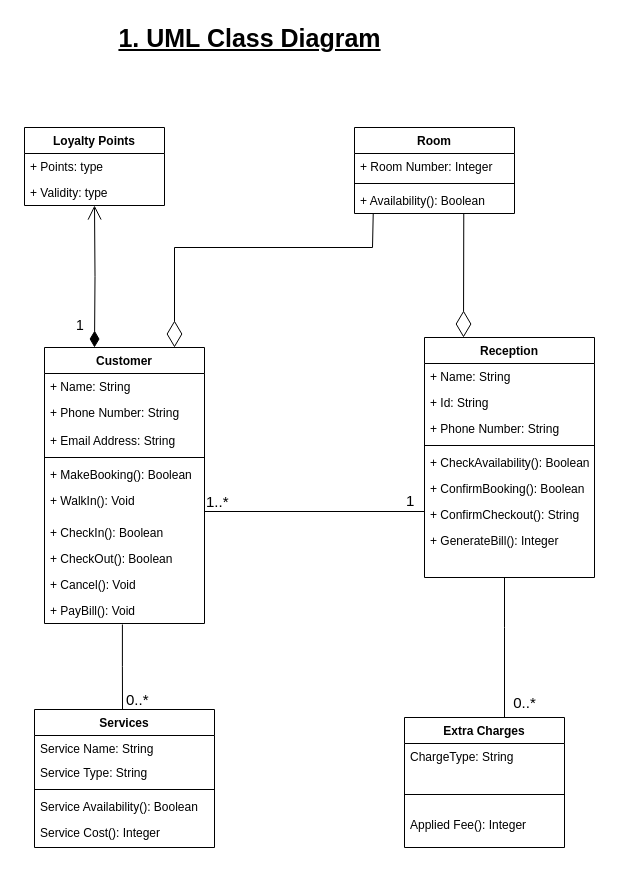
Before: page "Page-1" (1 of 3) of Class Diagram.drawio in SrikanthBonkuri/UML, a draw.io diagram. Source tidied: cells renumbered, new cells numbered last; positions are measured from the earlier drawing's top-left corner, leaving out a move shared by most shapes. Both pictures are drawn from the tidied source at 100%, with x=0, y=0 at pixel (24, 17).
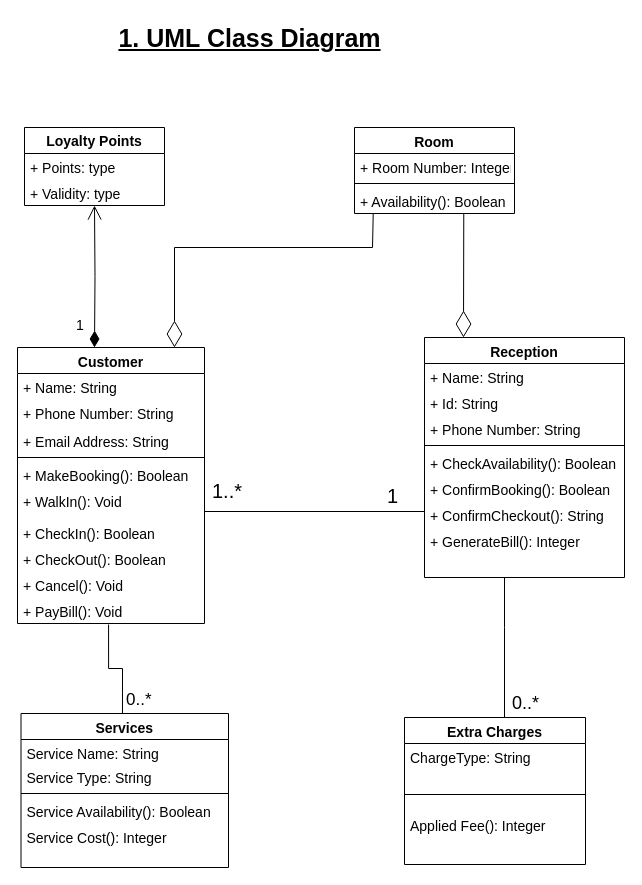
The same diagram, later.

Change to the diagram source:
```diff
@@
-    <mxCell id="2" value="Customer" style="swimlane;fontStyle=1;align=center;verticalAlign=top;horizontal=1;startSize=26;rounded=0;shadow=0;strokeWidth=1;" parent="1" vertex="1">
-      <mxGeometry x="20" y="330" width="160" height="276" as="geometry" />
+    <mxCell id="2" value="Customer" style="swimlane;fontStyle=1;align=center;verticalAlign=top;horizontal=1;startSize=26;rounded=0;shadow=0;strokeWidth=1;fontSize=14;" parent="1" vertex="1">
+      <mxGeometry x="-7" y="330" width="187" height="276" as="geometry" />
     </mxCell>
-    <mxCell id="3" value="+ Name: String" style="text;align=left;verticalAlign=top;spacingLeft=4;spacingRight=4;overflow=hidden;" parent="2" vertex="1">
-      <mxGeometry y="26" width="160" height="26" as="geometry" />
+    <mxCell id="3" value="+ Name: String" style="text;align=left;verticalAlign=top;spacingLeft=4;spacingRight=4;overflow=hidden;fontSize=14;" parent="2" vertex="1">
+      <mxGeometry y="26" width="187" height="26" as="geometry" />
     </mxCell>
-    <mxCell id="4" value="+ Phone Number: String" style="text;align=left;verticalAlign=top;spacingLeft=4;spacingRight=4;overflow=hidden;rounded=0;shadow=0;html=0;" parent="2" vertex="1">
-      <mxGeometry y="52" width="160" height="28" as="geometry" />
+    <mxCell id="4" value="+ Phone Number: String" style="text;align=left;verticalAlign=top;spacingLeft=4;spacingRight=4;overflow=hidden;rounded=0;shadow=0;html=0;fontSize=14;" parent="2" vertex="1">
+      <mxGeometry y="52" width="187" height="28" as="geometry" />
     </mxCell>
-    <mxCell id="5" value="+ Email Address: String" style="text;align=left;verticalAlign=top;spacingLeft=4;spacingRight=4;overflow=hidden;rounded=0;shadow=0;html=0;" parent="2" vertex="1">
-      <mxGeometry y="80" width="160" height="26" as="geometry" />
+    <mxCell id="5" value="+ Email Address: String" style="text;align=left;verticalAlign=top;spacingLeft=4;spacingRight=4;overflow=hidden;rounded=0;shadow=0;html=0;fontSize=14;" parent="2" vertex="1">
+      <mxGeometry y="80" width="187" height="26" as="geometry" />
     </mxCell>
-    <mxCell id="6" style="line;html=1;strokeWidth=1;align=left;verticalAlign=middle;spacingTop=-1;spacingLeft=3;spacingRight=3;labelPosition=right;" parent="2" vertex="1">
-      <mxGeometry y="106" width="160" height="8" as="geometry" />
+    <mxCell id="6" style="line;html=1;strokeWidth=1;align=left;verticalAlign=middle;spacingTop=-1;spacingLeft=3;spacingRight=3;labelPosition=right;fontSize=14;" parent="2" vertex="1">
+      <mxGeometry y="106" width="187" height="8" as="geometry" />
     </mxCell>
-    <mxCell id="7" value="+ MakeBooking(): Boolean" style="text;align=left;verticalAlign=top;spacingLeft=4;spacingRight=4;overflow=hidden;" parent="2" vertex="1">
-      <mxGeometry y="114" width="160" height="26" as="geometry" />
+    <mxCell id="7" value="+ MakeBooking(): Boolean" style="text;align=left;verticalAlign=top;spacingLeft=4;spacingRight=4;overflow=hidden;fontSize=14;" parent="2" vertex="1">
+      <mxGeometry y="114" width="187" height="26" as="geometry" />
     </mxCell>
-    <mxCell id="8" value="+ WalkIn(): Void" style="text;align=left;verticalAlign=top;spacingLeft=4;spacingRight=4;overflow=hidden;" parent="2" vertex="1">
-      <mxGeometry y="140" width="160" height="32" as="geometry" />
+    <mxCell id="8" value="+ WalkIn(): Void" style="text;align=left;verticalAlign=top;spacingLeft=4;spacingRight=4;overflow=hidden;fontSize=14;" parent="2" vertex="1">
+      <mxGeometry y="140" width="187" height="32" as="geometry" />
     </mxCell>
-    <mxCell id="9" value="+ CheckIn(): Boolean" style="text;align=left;verticalAlign=top;spacingLeft=4;spacingRight=4;overflow=hidden;" parent="2" vertex="1">
-      <mxGeometry y="172" width="160" height="26" as="geometry" />
+    <mxCell id="9" value="+ CheckIn(): Boolean" style="text;align=left;verticalAlign=top;spacingLeft=4;spacingRight=4;overflow=hidden;fontSize=14;" parent="2" vertex="1">
+      <mxGeometry y="172" width="187" height="26" as="geometry" />
     </mxCell>
-    <mxCell id="10" value="+ CheckOut(): Boolean" style="text;align=left;verticalAlign=top;spacingLeft=4;spacingRight=4;overflow=hidden;" parent="2" vertex="1">
-      <mxGeometry y="198" width="160" height="26" as="geometry" />
+    <mxCell id="10" value="+ CheckOut(): Boolean" style="text;align=left;verticalAlign=top;spacingLeft=4;spacingRight=4;overflow=hidden;fontSize=14;" parent="2" vertex="1">
+      <mxGeometry y="198" width="187" height="26" as="geometry" />
     </mxCell>
-    <mxCell id="11" value="+ Cancel(): Void" style="text;align=left;verticalAlign=top;spacingLeft=4;spacingRight=4;overflow=hidden;" parent="2" vertex="1">
-      <mxGeometry y="224" width="160" height="26" as="geometry" />
+    <mxCell id="11" value="+ Cancel(): Void" style="text;align=left;verticalAlign=top;spacingLeft=4;spacingRight=4;overflow=hidden;fontSize=14;" parent="2" vertex="1">
+      <mxGeometry y="224" width="187" height="26" as="geometry" />
     </mxCell>
-    <mxCell id="12" value="+ PayBill(): Void" style="text;align=left;verticalAlign=top;spacingLeft=4;spacingRight=4;overflow=hidden;points=[[0,0.5],[1,0.5]];portConstraint=eastwest;" parent="2" vertex="1">
-      <mxGeometry y="250" width="160" height="26" as="geometry" />
+    <mxCell id="12" value="+ PayBill(): Void" style="text;align=left;verticalAlign=top;spacingLeft=4;spacingRight=4;overflow=hidden;points=[[0,0.5],[1,0.5]];portConstraint=eastwest;fontSize=14;" parent="2" vertex="1">
+      <mxGeometry y="250" width="187" height="26" as="geometry" />
     </mxCell>
-    <mxCell id="13" value="Services" style="swimlane;fontStyle=1;align=center;verticalAlign=top;horizontal=1;startSize=26;rounded=0;shadow=0;strokeWidth=1;" parent="1" vertex="1">
-      <mxGeometry x="10" y="692" width="180" height="138" as="geometry" />
+    <mxCell id="13" value="Services" style="swimlane;fontStyle=1;align=center;verticalAlign=top;horizontal=1;startSize=26;rounded=0;shadow=0;strokeWidth=1;fontSize=14;" parent="1" vertex="1">
+      <mxGeometry x="-3.5" y="696" width="207.5" height="154" as="geometry" />
     </mxCell>
-    <mxCell id="14" value="Service Name: String" style="text;align=left;verticalAlign=top;spacingLeft=4;spacingRight=4;overflow=hidden;" parent="13" vertex="1">
-      <mxGeometry y="26" width="180" height="24" as="geometry" />
+    <mxCell id="14" value="Service Name: String" style="text;align=left;verticalAlign=top;spacingLeft=4;spacingRight=4;overflow=hidden;fontSize=14;" parent="13" vertex="1">
+      <mxGeometry y="26" width="207.5" height="24" as="geometry" />
     </mxCell>
-    <mxCell id="15" value="Service Type: String" style="text;align=left;verticalAlign=top;spacingLeft=4;spacingRight=4;overflow=hidden;rounded=0;shadow=0;html=0;" parent="13" vertex="1">
-      <mxGeometry y="50" width="180" height="26" as="geometry" />
+    <mxCell id="15" value="Service Type: String" style="text;align=left;verticalAlign=top;spacingLeft=4;spacingRight=4;overflow=hidden;rounded=0;shadow=0;html=0;fontSize=14;" parent="13" vertex="1">
+      <mxGeometry y="50" width="207.5" height="26" as="geometry" />
     </mxCell>
-    <mxCell id="16" style="line;html=1;strokeWidth=1;align=left;verticalAlign=middle;spacingTop=-1;spacingLeft=3;spacingRight=3;labelPosition=right;" parent="13" vertex="1">
-      <mxGeometry y="76" width="180" height="8" as="geometry" />
+    <mxCell id="16" style="line;html=1;strokeWidth=1;align=left;verticalAlign=middle;spacingTop=-1;spacingLeft=3;spacingRight=3;labelPosition=right;fontSize=14;" parent="13" vertex="1">
+      <mxGeometry y="76" width="207.5" height="8" as="geometry" />
     </mxCell>
-    <mxCell id="17" value="Service Availability(): Boolean" style="text;align=left;verticalAlign=top;spacingLeft=4;spacingRight=4;overflow=hidden;fontStyle=0;" parent="13" vertex="1">
-      <mxGeometry y="84" width="180" height="26" as="geometry" />
+    <mxCell id="17" value="Service Availability(): Boolean" style="text;align=left;verticalAlign=top;spacingLeft=4;spacingRight=4;overflow=hidden;fontStyle=0;fontSize=14;" parent="13" vertex="1">
+      <mxGeometry y="84" width="207.5" height="26" as="geometry" />
     </mxCell>
-    <mxCell id="18" value="Service Cost(): Integer" style="text;align=left;verticalAlign=top;spacingLeft=4;spacingRight=4;overflow=hidden;" parent="13" vertex="1">
-      <mxGeometry y="110" width="180" height="26" as="geometry" />
+    <mxCell id="18" value="Service Cost(): Integer" style="text;align=left;verticalAlign=top;spacingLeft=4;spacingRight=4;overflow=hidden;fontSize=14;" parent="13" vertex="1">
+      <mxGeometry y="110" width="207.5" height="26" as="geometry" />
     </mxCell>
-    <mxCell id="19" value="Extra Charges" style="swimlane;fontStyle=1;align=center;verticalAlign=top;horizontal=1;startSize=26;rounded=0;shadow=0;strokeWidth=1;" parent="1" vertex="1">
-      <mxGeometry x="380" y="700" width="160" height="130" as="geometry" />
+    <mxCell id="19" value="Extra Charges" style="swimlane;fontStyle=1;align=center;verticalAlign=top;horizontal=1;startSize=26;rounded=0;shadow=0;strokeWidth=1;fontSize=14;" parent="1" vertex="1">
+      <mxGeometry x="380" y="700" width="181" height="147" as="geometry" />
     </mxCell>
-    <mxCell id="20" value="ChargeType: String" style="text;align=left;verticalAlign=top;spacingLeft=4;spacingRight=4;overflow=hidden;" parent="19" vertex="1">
-      <mxGeometry y="26" width="160" height="34" as="geometry" />
+    <mxCell id="20" value="ChargeType: String" style="text;align=left;verticalAlign=top;spacingLeft=4;spacingRight=4;overflow=hidden;fontSize=14;" parent="19" vertex="1">
+      <mxGeometry y="26" width="181" height="34" as="geometry" />
     </mxCell>
-    <mxCell id="21" style="line;html=1;strokeWidth=1;align=left;verticalAlign=middle;spacingTop=-1;spacingLeft=3;spacingRight=3;labelPosition=right;" parent="19" vertex="1">
-      <mxGeometry y="60" width="160" height="34" as="geometry" />
+    <mxCell id="21" style="line;html=1;strokeWidth=1;align=left;verticalAlign=middle;spacingTop=-1;spacingLeft=3;spacingRight=3;labelPosition=right;fontSize=14;" parent="19" vertex="1">
+      <mxGeometry y="60" width="181" height="34" as="geometry" />
     </mxCell>
-    <mxCell id="22" value="Applied Fee(): Integer" style="text;align=left;verticalAlign=top;spacingLeft=4;spacingRight=4;overflow=hidden;" parent="19" vertex="1">
-      <mxGeometry y="94" width="160" height="26" as="geometry" />
+    <mxCell id="22" value="Applied Fee(): Integer" style="text;align=left;verticalAlign=top;spacingLeft=4;spacingRight=4;overflow=hidden;fontSize=14;" parent="19" vertex="1">
+      <mxGeometry y="94" width="181" height="26" as="geometry" />
     </mxCell>
-    <mxCell id="23" value="Reception" style="swimlane;fontStyle=1;align=center;verticalAlign=top;horizontal=1;startSize=26;rounded=0;shadow=0;strokeWidth=1;" parent="1" vertex="1">
-      <mxGeometry x="400" y="320" width="170" height="240" as="geometry" />
+    <mxCell id="23" value="Reception" style="swimlane;fontStyle=1;align=center;verticalAlign=top;horizontal=1;startSize=26;rounded=0;shadow=0;strokeWidth=1;fontSize=14;" parent="1" vertex="1">
+      <mxGeometry x="400" y="320" width="200" height="240" as="geometry" />
     </mxCell>
-    <mxCell id="24" value="+ Name: String" style="text;align=left;verticalAlign=top;spacingLeft=4;spacingRight=4;overflow=hidden;" parent="23" vertex="1">
-      <mxGeometry y="26" width="170" height="26" as="geometry" />
+    <mxCell id="24" value="+ Name: String" style="text;align=left;verticalAlign=top;spacingLeft=4;spacingRight=4;overflow=hidden;fontSize=14;" parent="23" vertex="1">
+      <mxGeometry y="26" width="200" height="26" as="geometry" />
     </mxCell>
-    <mxCell id="25" value="+ Id: String" style="text;align=left;verticalAlign=top;spacingLeft=4;spacingRight=4;overflow=hidden;rounded=0;shadow=0;html=0;" parent="23" vertex="1">
-      <mxGeometry y="52" width="170" height="26" as="geometry" />
+    <mxCell id="25" value="+ Id: String" style="text;align=left;verticalAlign=top;spacingLeft=4;spacingRight=4;overflow=hidden;rounded=0;shadow=0;html=0;fontSize=14;" parent="23" vertex="1">
+      <mxGeometry y="52" width="200" height="26" as="geometry" />
     </mxCell>
-    <mxCell id="26" value="+ Phone Number: String" style="text;align=left;verticalAlign=top;spacingLeft=4;spacingRight=4;overflow=hidden;rounded=0;shadow=0;html=0;" parent="23" vertex="1">
-      <mxGeometry y="78" width="170" height="26" as="geometry" />
+    <mxCell id="26" value="+ Phone Number: String" style="text;align=left;verticalAlign=top;spacingLeft=4;spacingRight=4;overflow=hidden;rounded=0;shadow=0;html=0;fontSize=14;" parent="23" vertex="1">
+      <mxGeometry y="78" width="200" height="26" as="geometry" />
     </mxCell>
-    <mxCell id="27" style="line;html=1;strokeWidth=1;align=left;verticalAlign=middle;spacingTop=-1;spacingLeft=3;spacingRight=3;labelPosition=right;" parent="23" vertex="1">
-      <mxGeometry y="104" width="170" height="8" as="geometry" />
+    <mxCell id="27" style="line;html=1;strokeWidth=1;align=left;verticalAlign=middle;spacingTop=-1;spacingLeft=3;spacingRight=3;labelPosition=right;fontSize=14;" parent="23" vertex="1">
+      <mxGeometry y="104" width="200" height="8" as="geometry" />
     </mxCell>
-    <mxCell id="28" value="+ CheckAvailability(): Boolean" style="text;align=left;verticalAlign=top;spacingLeft=4;spacingRight=4;overflow=hidden;" parent="23" vertex="1">
-      <mxGeometry y="112" width="170" height="26" as="geometry" />
+    <mxCell id="28" value="+ CheckAvailability(): Boolean" style="text;align=left;verticalAlign=top;spacingLeft=4;spacingRight=4;overflow=hidden;fontSize=14;" parent="23" vertex="1">
+      <mxGeometry y="112" width="200" height="26" as="geometry" />
     </mxCell>
-    <mxCell id="29" value="+ ConfirmBooking(): Boolean&#10;" style="text;align=left;verticalAlign=top;spacingLeft=4;spacingRight=4;overflow=hidden;" parent="23" vertex="1">
-      <mxGeometry y="138" width="170" height="26" as="geometry" />
+    <mxCell id="29" value="+ ConfirmBooking(): Boolean&#10;" style="text;align=left;verticalAlign=top;spacingLeft=4;spacingRight=4;overflow=hidden;fontSize=14;" parent="23" vertex="1">
+      <mxGeometry y="138" width="200" height="26" as="geometry" />
     </mxCell>
-    <mxCell id="30" value="+ ConfirmCheckout(): String&#10;" style="text;align=left;verticalAlign=top;spacingLeft=4;spacingRight=4;overflow=hidden;" parent="23" vertex="1">
-      <mxGeometry y="164" width="170" height="26" as="geometry" />
+    <mxCell id="30" value="+ ConfirmCheckout(): String&#10;" style="text;align=left;verticalAlign=top;spacingLeft=4;spacingRight=4;overflow=hidden;fontSize=14;" parent="23" vertex="1">
+      <mxGeometry y="164" width="200" height="26" as="geometry" />
     </mxCell>
-    <mxCell id="31" value="+ GenerateBill(): Integer&#10;" style="text;align=left;verticalAlign=top;spacingLeft=4;spacingRight=4;overflow=hidden;" parent="23" vertex="1">
-      <mxGeometry y="190" width="170" height="26" as="geometry" />
+    <mxCell id="31" value="+ GenerateBill(): Integer&#10;" style="text;align=left;verticalAlign=top;spacingLeft=4;spacingRight=4;overflow=hidden;fontSize=14;" parent="23" vertex="1">
+      <mxGeometry y="190" width="200" height="26" as="geometry" />
     </mxCell>
-    <mxCell id="32" value="Room" style="swimlane;fontStyle=1;align=center;verticalAlign=top;horizontal=1;startSize=26;" parent="1" vertex="1">
+    <mxCell id="32" value="Room" style="swimlane;fontStyle=1;align=center;verticalAlign=top;horizontal=1;startSize=26;fontSize=14;" parent="1" vertex="1">
       <mxGeometry x="330" y="110" width="160" height="86" as="geometry" />
     </mxCell>
-    <mxCell id="33" value="+ Room Number: Integer" style="text;strokeColor=none;fillColor=none;align=left;verticalAlign=top;spacingLeft=4;spacingRight=4;overflow=hidden;" parent="32" vertex="1">
+    <mxCell id="33" value="+ Room Number: Integer" style="text;strokeColor=none;fillColor=none;align=left;verticalAlign=top;spacingLeft=4;spacingRight=4;overflow=hidden;fontSize=14;" parent="32" vertex="1">
       <mxGeometry y="26" width="160" height="26" as="geometry" />
     </mxCell>
-    <mxCell id="34" style="line;strokeWidth=1;fillColor=none;align=left;verticalAlign=middle;spacingTop=-1;spacingLeft=3;spacingRight=3;labelPosition=right;strokeColor=inherit;" parent="32" vertex="1">
+    <mxCell id="34" style="line;strokeWidth=1;fillColor=none;align=left;verticalAlign=middle;spacingTop=-1;spacingLeft=3;spacingRight=3;labelPosition=right;strokeColor=inherit;fontSize=14;" parent="32" vertex="1">
       <mxGeometry y="52" width="160" height="8" as="geometry" />
     </mxCell>
-    <mxCell id="35" value="+ Availability(): Boolean" style="text;strokeColor=none;fillColor=none;align=left;verticalAlign=top;spacingLeft=4;spacingRight=4;overflow=hidden;points=[[0,0.5],[1,0.5]];portConstraint=eastwest;" parent="32" vertex="1">
+    <mxCell id="35" value="+ Availability(): Boolean" style="text;strokeColor=none;fillColor=none;align=left;verticalAlign=top;spacingLeft=4;spacingRight=4;overflow=hidden;points=[[0,0.5],[1,0.5]];portConstraint=eastwest;fontSize=14;" parent="32" vertex="1">
       <mxGeometry y="60" width="160" height="26" as="geometry" />
     </mxCell>
-    <mxCell id="36" value="Loyalty Points" style="swimlane;fontStyle=1;horizontal=1;startSize=26;fillColor=none;" parent="1" vertex="1">
+    <mxCell id="36" value="Loyalty Points" style="swimlane;fontStyle=1;horizontal=1;startSize=26;fillColor=none;fontSize=14;" parent="1" vertex="1">
       <mxGeometry y="110" width="140" height="78" as="geometry" />
     </mxCell>
-    <mxCell id="37" value="+ Points: type" style="text;strokeColor=none;fillColor=none;align=left;verticalAlign=top;spacingLeft=4;spacingRight=4;overflow=hidden;" parent="36" vertex="1">
+    <mxCell id="37" value="+ Points: type" style="text;strokeColor=none;fillColor=none;align=left;verticalAlign=top;spacingLeft=4;spacingRight=4;overflow=hidden;fontSize=14;" parent="36" vertex="1">
       <mxGeometry y="26" width="140" height="26" as="geometry" />
     </mxCell>
-    <mxCell id="38" value="+ Validity: type" style="text;strokeColor=none;fillColor=none;align=left;verticalAlign=top;spacingLeft=4;spacingRight=4;overflow=hidden;" parent="36" vertex="1">
+    <mxCell id="38" value="+ Validity: type" style="text;strokeColor=none;fillColor=none;align=left;verticalAlign=top;spacingLeft=4;spacingRight=4;overflow=hidden;fontSize=14;" parent="36" vertex="1">
       <mxGeometry y="52" width="140" height="26" as="geometry" />
     </mxCell>
-    <mxCell id="39" value="0..*" style="align=left;verticalAlign=bottom;labelBackgroundColor=none;fontSize=15;" parent="1" vertex="1">
+    <mxCell id="39" value="0..*" style="align=left;verticalAlign=bottom;labelBackgroundColor=none;fontSize=17;" parent="1" vertex="1">
       <mxGeometry x="100" y="692" as="geometry" />
     </mxCell>
@@
-    <mxCell id="44" value="1..*" style="align=left;verticalAlign=bottom;labelBackgroundColor=none;fontSize=15;" parent="1" vertex="1">
-      <mxGeometry x="180" y="494" as="geometry" />
+    <mxCell id="44" value="1..*" style="align=left;verticalAlign=bottom;labelBackgroundColor=none;fontSize=20;" parent="1" vertex="1">
+      <mxGeometry x="186" y="485" as="geometry" />
     </mxCell>
-    <mxCell id="45" value="&lt;span style=&quot;font-size: 15px;&quot;&gt;1&lt;/span&gt;" style="text;whiteSpace=wrap;html=1;fontSize=14;" parent="1" vertex="1">
-      <mxGeometry x="380" y="468" width="30" height="30" as="geometry" />
+    <mxCell id="45" value="&lt;span style=&quot;font-size: 20px;&quot;&gt;1&lt;/span&gt;" style="text;whiteSpace=wrap;html=1;fontSize=20;" parent="1" vertex="1">
+      <mxGeometry x="361" y="460" width="30" height="30" as="geometry" />
     </mxCell>
@@
-    <mxCell id="48" value="&lt;span style=&quot;font-size: 15px; text-align: left;&quot;&gt;0..*&lt;/span&gt;" style="text;html=1;align=center;verticalAlign=middle;strokeColor=none;fillColor=none;fontSize=14;" parent="1" vertex="1">
-      <mxGeometry x="475" y="670" width="50" height="30" as="geometry" />
+    <mxCell id="48" value="&lt;span style=&quot;text-align: left;&quot;&gt;&lt;font style=&quot;font-size: 18px;&quot;&gt;0..*&lt;/font&gt;&lt;/span&gt;" style="text;html=1;align=center;verticalAlign=middle;strokeColor=none;fillColor=none;fontSize=14;" parent="1" vertex="1">
+      <mxGeometry x="478" y="669" width="45" height="34" as="geometry" />
     </mxCell>
```
